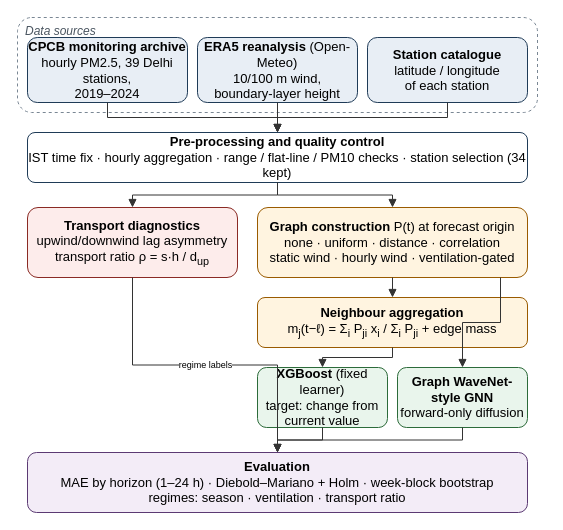
raushan95a/wind-directed-graphs-delhi-aq keeps this draw.io diagram as diagrams/block_diagram.drawio. Above is the earlier version. Source tidied: cells renumbered, new cells numbered last; positions are measured from the earlier drawing's top-left corner, leaving out a move shared by most shapes. Both pictures are drawn from the tidied source at 100%, with x=0, y=0 at pixel (17, 17).
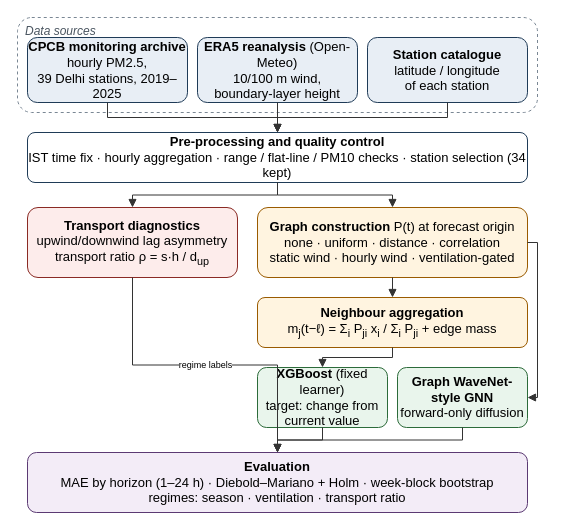
The same page after the edit.

Unchanged cells that the change refers to:
```xml
<mxCell id="11" value="&lt;b&gt;Graph construction&lt;/b&gt; P(t) at forecast origin&lt;br&gt;none &amp;#183; uniform &amp;#183; distance &amp;#183; correlation&lt;br&gt;static wind &amp;#183; hourly wind &amp;#183; ventilation-gated" style="rounded=1;whiteSpace=wrap;html=1;fontSize=13;fontFamily=Helvetica;strokeColor=#1f3b57;fillColor=#fff4e0;strokeColor=#9a5b00;" parent="1" vertex="1">
  <mxGeometry x="240" y="190" width="270" height="70" as="geometry" />
</mxCell>
<mxCell id="17" value="&lt;b&gt;Graph WaveNet-style GNN&lt;/b&gt;&lt;br&gt;forward-only diffusion" style="rounded=1;whiteSpace=wrap;html=1;fontSize=13;fontFamily=Helvetica;strokeColor=#1f3b57;fillColor=#e9f5ec;strokeColor=#2c6b3a;" parent="1" vertex="1">
  <mxGeometry x="380" y="350" width="130" height="60" as="geometry" />
</mxCell>
```

Diff of the diagram source:
```diff
@@
-    <mxCell id="3" value="&lt;b&gt;CPCB monitoring archive&lt;/b&gt;&lt;br&gt;hourly PM2.5, 39 Delhi stations,&lt;br&gt;2019&amp;#8211;2024" style="rounded=1;whiteSpace=wrap;html=1;fontSize=13;fontFamily=Helvetica;strokeColor=#1f3b57;fillColor=#e8eef5;" parent="1" vertex="1">
+    <mxCell id="3" value="&lt;b&gt;CPCB monitoring archive&lt;/b&gt;&lt;br&gt;hourly PM2.5,&lt;br&gt;39 Delhi stations, 2019&amp;#8211;2025" style="rounded=1;whiteSpace=wrap;html=1;fontSize=13;fontFamily=Helvetica;strokeColor=#1f3b57;fillColor=#e8eef5;" parent="1" vertex="1">
       <mxGeometry x="10" y="20" width="160" height="65" as="geometry" />
     </mxCell>
@@
-    <mxCell id="19" style="edgeStyle=orthogonalEdgeStyle;rounded=0;html=1;endArrow=block;endFill=1;strokeColor=#333333;fontSize=9;exitX=0.9;exitY=1;entryX=0.5;entryY=0;" parent="1" edge="1" source="11" target="17">
+    <mxCell id="19" style="edgeStyle=orthogonalEdgeStyle;rounded=0;html=1;endArrow=block;endFill=1;strokeColor=#333333;fontSize=9;exitX=1;exitY=0.5;entryX=1;entryY=0.5;" parent="1" edge="1" source="11" target="17">
       <mxGeometry relative="1" as="geometry" />
     </mxCell>
```
